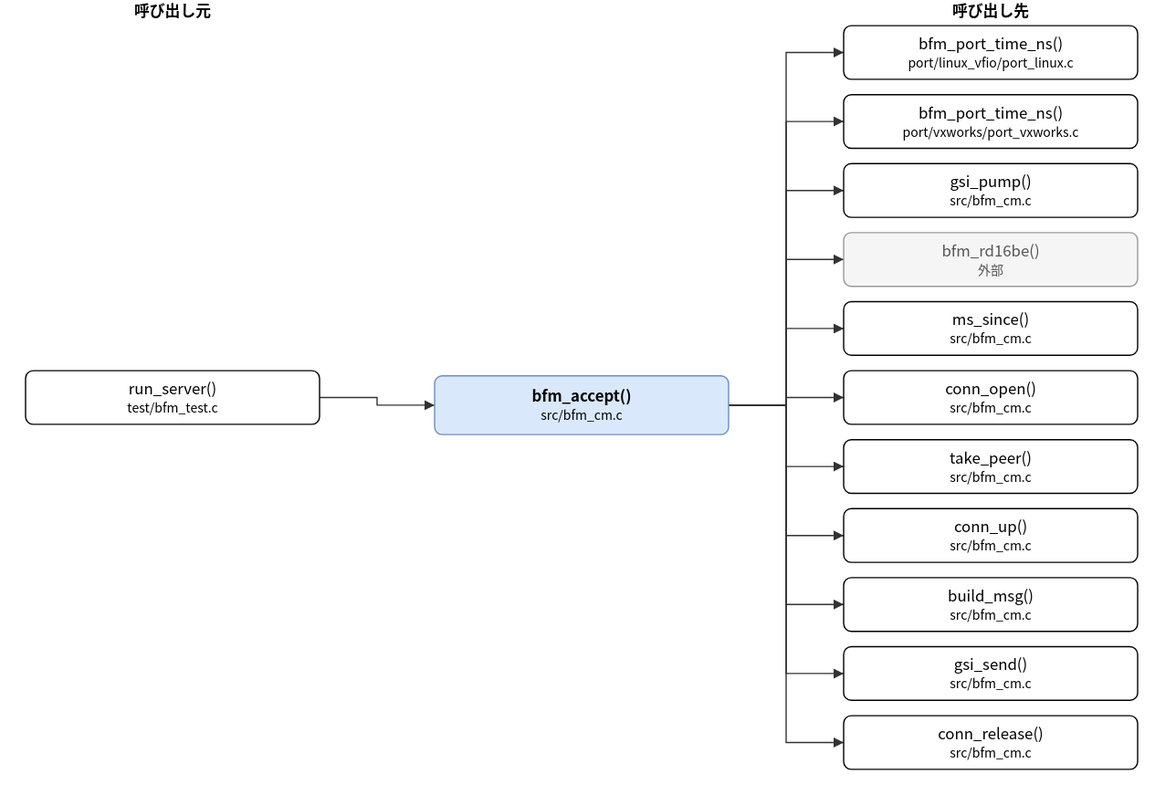
The draw.io diagram doc/spec/images/call_src_bfm_cm-bfm_accept.drawio.svg in hf355051012-ai/bfmem, before a commit. Source tidied: cells renumbered, new cells last; positions are measured from the earlier drawing's top-left corner, leaving out a move shared by most shapes.
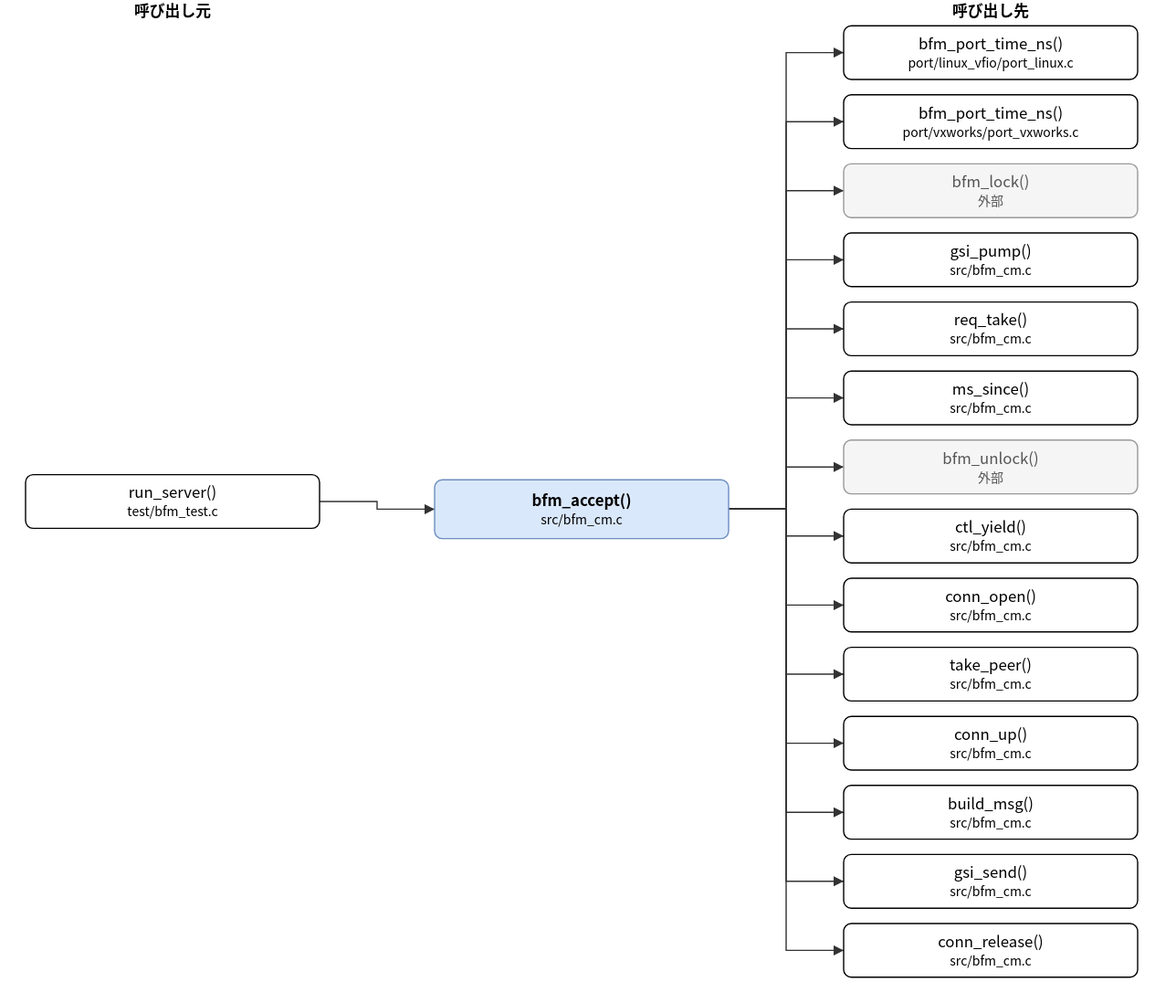
Above is the later version.

The edit, as a diff of the source:
```diff
@@ -3,10 +3,10 @@
     <mxCell id="0" />
     <mxCell id="1" parent="0" />
     <mxCell id="2" value="bfm_accept()&lt;br&gt;&lt;font style=&quot;font-size:10px&quot;&gt;src/bfm_cm.c&lt;/font&gt;" style="rounded=1;whiteSpace=wrap;html=1;fillColor=#dae8fc;strokeColor=#6c8ebf;fontStyle=1;" parent="1" vertex="1">
-      <mxGeometry x="320" y="294" width="230" height="46" as="geometry" />
+      <mxGeometry x="320" y="375" width="230" height="46" as="geometry" />
     </mxCell>
     <mxCell id="3" value="run_server()&lt;br&gt;&lt;font style=&quot;font-size:10px&quot;&gt;test/bfm_test.c&lt;/font&gt;" style="rounded=1;whiteSpace=wrap;html=1;" parent="1" vertex="1">
-      <mxGeometry y="290" width="230" height="42" as="geometry" />
+      <mxGeometry y="371" width="230" height="42" as="geometry" />
     </mxCell>
     <mxCell id="4" value="bfm_port_time_ns()&lt;br&gt;&lt;font style=&quot;font-size:10px&quot;&gt;port/linux_vfio/port_linux.c&lt;/font&gt;" style="rounded=1;whiteSpace=wrap;html=1;" parent="1" vertex="1">
       <mxGeometry x="640" y="20" width="230" height="42" as="geometry" />
@@ -14,45 +14,54 @@
     <mxCell id="5" value="bfm_port_time_ns()&lt;br&gt;&lt;font style=&quot;font-size:10px&quot;&gt;port/vxworks/port_vxworks.c&lt;/font&gt;" style="rounded=1;whiteSpace=wrap;html=1;" parent="1" vertex="1">
       <mxGeometry x="640" y="74" width="230" height="42" as="geometry" />
     </mxCell>
-    <mxCell id="6" value="gsi_pump()&lt;br&gt;&lt;font style=&quot;font-size:10px&quot;&gt;src/bfm_cm.c&lt;/font&gt;" style="rounded=1;whiteSpace=wrap;html=1;" parent="1" vertex="1">
+    <mxCell id="6" value="bfm_lock()&lt;br&gt;&lt;font style=&quot;font-size:10px&quot;&gt;外部&lt;/font&gt;" style="rounded=1;whiteSpace=wrap;html=1;fillColor=#f5f5f5;strokeColor=#999999;fontColor=#555555;" parent="1" vertex="1">
       <mxGeometry x="640" y="128" width="230" height="42" as="geometry" />
     </mxCell>
-    <mxCell id="7" value="bfm_rd16be()&lt;br&gt;&lt;font style=&quot;font-size:10px&quot;&gt;外部&lt;/font&gt;" style="rounded=1;whiteSpace=wrap;html=1;fillColor=#f5f5f5;strokeColor=#999999;fontColor=#555555;" parent="1" vertex="1">
+    <mxCell id="7" value="gsi_pump()&lt;br&gt;&lt;font style=&quot;font-size:10px&quot;&gt;src/bfm_cm.c&lt;/font&gt;" style="rounded=1;whiteSpace=wrap;html=1;" parent="1" vertex="1">
       <mxGeometry x="640" y="182" width="230" height="42" as="geometry" />
     </mxCell>
-    <mxCell id="8" value="ms_since()&lt;br&gt;&lt;font style=&quot;font-size:10px&quot;&gt;src/bfm_cm.c&lt;/font&gt;" style="rounded=1;whiteSpace=wrap;html=1;" parent="1" vertex="1">
+    <mxCell id="8" value="req_take()&lt;br&gt;&lt;font style=&quot;font-size:10px&quot;&gt;src/bfm_cm.c&lt;/font&gt;" style="rounded=1;whiteSpace=wrap;html=1;" parent="1" vertex="1">
       <mxGeometry x="640" y="236" width="230" height="42" as="geometry" />
     </mxCell>
-    <mxCell id="9" value="conn_open()&lt;br&gt;&lt;font style=&quot;font-size:10px&quot;&gt;src/bfm_cm.c&lt;/font&gt;" style="rounded=1;whiteSpace=wrap;html=1;" parent="1" vertex="1">
+    <mxCell id="9" value="ms_since()&lt;br&gt;&lt;font style=&quot;font-size:10px&quot;&gt;src/bfm_cm.c&lt;/font&gt;" style="rounded=1;whiteSpace=wrap;html=1;" parent="1" vertex="1">
       <mxGeometry x="640" y="290" width="230" height="42" as="geometry" />
     </mxCell>
-    <mxCell id="10" value="take_peer()&lt;br&gt;&lt;font style=&quot;font-size:10px&quot;&gt;src/bfm_cm.c&lt;/font&gt;" style="rounded=1;whiteSpace=wrap;html=1;" parent="1" vertex="1">
+    <mxCell id="10" value="bfm_unlock()&lt;br&gt;&lt;font style=&quot;font-size:10px&quot;&gt;外部&lt;/font&gt;" style="rounded=1;whiteSpace=wrap;html=1;fillColor=#f5f5f5;strokeColor=#999999;fontColor=#555555;" parent="1" vertex="1">
       <mxGeometry x="640" y="344" width="230" height="42" as="geometry" />
     </mxCell>
-    <mxCell id="11" value="conn_up()&lt;br&gt;&lt;font style=&quot;font-size:10px&quot;&gt;src/bfm_cm.c&lt;/font&gt;" style="rounded=1;whiteSpace=wrap;html=1;" parent="1" vertex="1">
+    <mxCell id="11" value="ctl_yield()&lt;br&gt;&lt;font style=&quot;font-size:10px&quot;&gt;src/bfm_cm.c&lt;/font&gt;" style="rounded=1;whiteSpace=wrap;html=1;" parent="1" vertex="1">
       <mxGeometry x="640" y="398" width="230" height="42" as="geometry" />
     </mxCell>
-    <mxCell id="12" value="build_msg()&lt;br&gt;&lt;font style=&quot;font-size:10px&quot;&gt;src/bfm_cm.c&lt;/font&gt;" style="rounded=1;whiteSpace=wrap;html=1;" parent="1" vertex="1">
+    <mxCell id="12" value="conn_open()&lt;br&gt;&lt;font style=&quot;font-size:10px&quot;&gt;src/bfm_cm.c&lt;/font&gt;" style="rounded=1;whiteSpace=wrap;html=1;" parent="1" vertex="1">
       <mxGeometry x="640" y="452" width="230" height="42" as="geometry" />
     </mxCell>
-    <mxCell id="13" value="gsi_send()&lt;br&gt;&lt;font style=&quot;font-size:10px&quot;&gt;src/bfm_cm.c&lt;/font&gt;" style="rounded=1;whiteSpace=wrap;html=1;" parent="1" vertex="1">
+    <mxCell id="13" value="take_peer()&lt;br&gt;&lt;font style=&quot;font-size:10px&quot;&gt;src/bfm_cm.c&lt;/font&gt;" style="rounded=1;whiteSpace=wrap;html=1;" parent="1" vertex="1">
       <mxGeometry x="640" y="506" width="230" height="42" as="geometry" />
     </mxCell>
-    <mxCell id="14" value="conn_release()&lt;br&gt;&lt;font style=&quot;font-size:10px&quot;&gt;src/bfm_cm.c&lt;/font&gt;" style="rounded=1;whiteSpace=wrap;html=1;" parent="1" vertex="1">
+    <mxCell id="14" value="conn_up()&lt;br&gt;&lt;font style=&quot;font-size:10px&quot;&gt;src/bfm_cm.c&lt;/font&gt;" style="rounded=1;whiteSpace=wrap;html=1;" parent="1" vertex="1">
       <mxGeometry x="640" y="560" width="230" height="42" as="geometry" />
     </mxCell>
+    <mxCell id="29" value="build_msg()&lt;br&gt;&lt;font style=&quot;font-size:10px&quot;&gt;src/bfm_cm.c&lt;/font&gt;" style="rounded=1;whiteSpace=wrap;html=1;" parent="1" vertex="1">
+      <mxGeometry x="640" y="614" width="230" height="42" as="geometry" />
+    </mxCell>
+    <mxCell id="30" value="gsi_send()&lt;br&gt;&lt;font style=&quot;font-size:10px&quot;&gt;src/bfm_cm.c&lt;/font&gt;" style="rounded=1;whiteSpace=wrap;html=1;" parent="1" vertex="1">
+      <mxGeometry x="640" y="668" width="230" height="42" as="geometry" />
+    </mxCell>
+    <mxCell id="31" value="conn_release()&lt;br&gt;&lt;font style=&quot;font-size:10px&quot;&gt;src/bfm_cm.c&lt;/font&gt;" style="rounded=1;whiteSpace=wrap;html=1;" parent="1" vertex="1">
+      <mxGeometry x="640" y="722" width="230" height="42" as="geometry" />
+    </mxCell>
     <mxCell id="15" style="edgeStyle=none;html=1;rounded=0;endArrow=block;endFill=1;exitX=1.0000;exitY=0.5000;exitDx=0;exitDy=0;exitPerimeter=0;entryX=0.0000;entryY=0.5000;entryDx=0;entryDy=0;entryPerimeter=0;" parent="1" edge="1" source="3" target="2">
       <mxGeometry relative="1" as="geometry">
         <Array as="points">
-          <mxPoint x="275" y="311" />
-          <mxPoint x="275" y="317" />
+          <mxPoint x="275" y="392" />
+          <mxPoint x="275" y="398" />
         </Array>
       </mxGeometry>
     </mxCell>
     <mxCell id="16" style="edgeStyle=none;html=1;rounded=0;endArrow=block;endFill=1;exitX=1.0000;exitY=0.5000;exitDx=0;exitDy=0;exitPerimeter=0;entryX=0.0000;entryY=0.5000;entryDx=0;entryDy=0;entryPerimeter=0;" parent="1" edge="1" source="2" target="4">
       <mxGeometry relative="1" as="geometry">
         <Array as="points">
-          <mxPoint x="595" y="317" />
+          <mxPoint x="595" y="398" />
           <mxPoint x="595" y="41" />
         </Array>
       </mxGeometry>
@@ -60,7 +69,7 @@
     <mxCell id="17" style="edgeStyle=none;html=1;rounded=0;endArrow=block;endFill=1;exitX=1.0000;exitY=0.5000;exitDx=0;exitDy=0;exitPerimeter=0;entryX=0.0000;entryY=0.5000;entryDx=0;entryDy=0;entryPerimeter=0;" parent="1" edge="1" source="2" target="5">
       <mxGeometry relative="1" as="geometry">
         <Array as="points">
-          <mxPoint x="595" y="317" />
+          <mxPoint x="595" y="398" />
           <mxPoint x="595" y="95" />
         </Array>
       </mxGeometry>
@@ -68,7 +77,7 @@
     <mxCell id="18" style="edgeStyle=none;html=1;rounded=0;endArrow=block;endFill=1;exitX=1.0000;exitY=0.5000;exitDx=0;exitDy=0;exitPerimeter=0;entryX=0.0000;entryY=0.5000;entryDx=0;entryDy=0;entryPerimeter=0;" parent="1" edge="1" source="2" target="6">
       <mxGeometry relative="1" as="geometry">
         <Array as="points">
-          <mxPoint x="595" y="317" />
+          <mxPoint x="595" y="398" />
           <mxPoint x="595" y="149" />
         </Array>
       </mxGeometry>
@@ -76,7 +85,7 @@
     <mxCell id="19" style="edgeStyle=none;html=1;rounded=0;endArrow=block;endFill=1;exitX=1.0000;exitY=0.5000;exitDx=0;exitDy=0;exitPerimeter=0;entryX=0.0000;entryY=0.5000;entryDx=0;entryDy=0;entryPerimeter=0;" parent="1" edge="1" source="2" target="7">
       <mxGeometry relative="1" as="geometry">
         <Array as="points">
-          <mxPoint x="595" y="317" />
+          <mxPoint x="595" y="398" />
           <mxPoint x="595" y="203" />
         </Array>
       </mxGeometry>
@@ -84,7 +93,7 @@
     <mxCell id="20" style="edgeStyle=none;html=1;rounded=0;endArrow=block;endFill=1;exitX=1.0000;exitY=0.5000;exitDx=0;exitDy=0;exitPerimeter=0;entryX=0.0000;entryY=0.5000;entryDx=0;entryDy=0;entryPerimeter=0;" parent="1" edge="1" source="2" target="8">
       <mxGeometry relative="1" as="geometry">
         <Array as="points">
-          <mxPoint x="595" y="317" />
+          <mxPoint x="595" y="398" />
           <mxPoint x="595" y="257" />
         </Array>
       </mxGeometry>
@@ -92,7 +101,7 @@
     <mxCell id="21" style="edgeStyle=none;html=1;rounded=0;endArrow=block;endFill=1;exitX=1.0000;exitY=0.5000;exitDx=0;exitDy=0;exitPerimeter=0;entryX=0.0000;entryY=0.5000;entryDx=0;entryDy=0;entryPerimeter=0;" parent="1" edge="1" source="2" target="9">
       <mxGeometry relative="1" as="geometry">
         <Array as="points">
-          <mxPoint x="595" y="317" />
+          <mxPoint x="595" y="398" />
           <mxPoint x="595" y="311" />
         </Array>
       </mxGeometry>
@@ -100,7 +109,7 @@
     <mxCell id="22" style="edgeStyle=none;html=1;rounded=0;endArrow=block;endFill=1;exitX=1.0000;exitY=0.5000;exitDx=0;exitDy=0;exitPerimeter=0;entryX=0.0000;entryY=0.5000;entryDx=0;entryDy=0;entryPerimeter=0;" parent="1" edge="1" source="2" target="10">
       <mxGeometry relative="1" as="geometry">
         <Array as="points">
-          <mxPoint x="595" y="317" />
+          <mxPoint x="595" y="398" />
           <mxPoint x="595" y="365" />
         </Array>
       </mxGeometry>
@@ -108,7 +117,7 @@
     <mxCell id="23" style="edgeStyle=none;html=1;rounded=0;endArrow=block;endFill=1;exitX=1.0000;exitY=0.5000;exitDx=0;exitDy=0;exitPerimeter=0;entryX=0.0000;entryY=0.5000;entryDx=0;entryDy=0;entryPerimeter=0;" parent="1" edge="1" source="2" target="11">
       <mxGeometry relative="1" as="geometry">
         <Array as="points">
-          <mxPoint x="595" y="317" />
+          <mxPoint x="595" y="398" />
           <mxPoint x="595" y="419" />
         </Array>
       </mxGeometry>
@@ -116,7 +125,7 @@
     <mxCell id="24" style="edgeStyle=none;html=1;rounded=0;endArrow=block;endFill=1;exitX=1.0000;exitY=0.5000;exitDx=0;exitDy=0;exitPerimeter=0;entryX=0.0000;entryY=0.5000;entryDx=0;entryDy=0;entryPerimeter=0;" parent="1" edge="1" source="2" target="12">
       <mxGeometry relative="1" as="geometry">
         <Array as="points">
-          <mxPoint x="595" y="317" />
+          <mxPoint x="595" y="398" />
           <mxPoint x="595" y="473" />
         </Array>
       </mxGeometry>
@@ -124,7 +133,7 @@
     <mxCell id="25" style="edgeStyle=none;html=1;rounded=0;endArrow=block;endFill=1;exitX=1.0000;exitY=0.5000;exitDx=0;exitDy=0;exitPerimeter=0;entryX=0.0000;entryY=0.5000;entryDx=0;entryDy=0;entryPerimeter=0;" parent="1" edge="1" source="2" target="13">
       <mxGeometry relative="1" as="geometry">
         <Array as="points">
-          <mxPoint x="595" y="317" />
+          <mxPoint x="595" y="398" />
           <mxPoint x="595" y="527" />
         </Array>
       </mxGeometry>
@@ -132,11 +141,35 @@
     <mxCell id="26" style="edgeStyle=none;html=1;rounded=0;endArrow=block;endFill=1;exitX=1.0000;exitY=0.5000;exitDx=0;exitDy=0;exitPerimeter=0;entryX=0.0000;entryY=0.5000;entryDx=0;entryDy=0;entryPerimeter=0;" parent="1" edge="1" source="2" target="14">
       <mxGeometry relative="1" as="geometry">
         <Array as="points">
-          <mxPoint x="595" y="317" />
+          <mxPoint x="595" y="398" />
           <mxPoint x="595" y="581" />
         </Array>
       </mxGeometry>
     </mxCell>
+    <mxCell id="32" style="edgeStyle=none;html=1;rounded=0;endArrow=block;endFill=1;exitX=1.0000;exitY=0.5000;exitDx=0;exitDy=0;exitPerimeter=0;entryX=0.0000;entryY=0.5000;entryDx=0;entryDy=0;entryPerimeter=0;" parent="1" edge="1" source="2" target="29">
+      <mxGeometry relative="1" as="geometry">
+        <Array as="points">
+          <mxPoint x="595" y="398" />
+          <mxPoint x="595" y="635" />
+        </Array>
+      </mxGeometry>
+    </mxCell>
+    <mxCell id="33" style="edgeStyle=none;html=1;rounded=0;endArrow=block;endFill=1;exitX=1.0000;exitY=0.5000;exitDx=0;exitDy=0;exitPerimeter=0;entryX=0.0000;entryY=0.5000;entryDx=0;entryDy=0;entryPerimeter=0;" parent="1" edge="1" source="2" target="30">
+      <mxGeometry relative="1" as="geometry">
+        <Array as="points">
+          <mxPoint x="595" y="398" />
+          <mxPoint x="595" y="689" />
+        </Array>
+      </mxGeometry>
+    </mxCell>
+    <mxCell id="34" style="edgeStyle=none;html=1;rounded=0;endArrow=block;endFill=1;exitX=1.0000;exitY=0.5000;exitDx=0;exitDy=0;exitPerimeter=0;entryX=0.0000;entryY=0.5000;entryDx=0;entryDy=0;entryPerimeter=0;" parent="1" edge="1" source="2" target="31">
+      <mxGeometry relative="1" as="geometry">
+        <Array as="points">
+          <mxPoint x="595" y="398" />
+          <mxPoint x="595" y="743" />
+        </Array>
+      </mxGeometry>
+    </mxCell>
     <mxCell id="27" value="呼び出し元" style="text;html=1;align=center;fontStyle=1;" parent="1" vertex="1">
       <mxGeometry x="35" width="160" height="18" as="geometry" />
     </mxCell>
```
